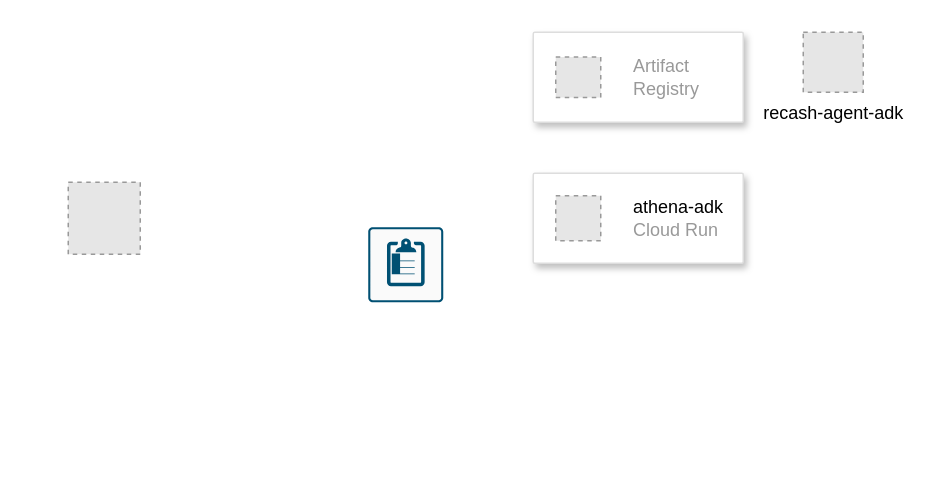
The draw.io diagram AthenaRecashADK.drawio in anil-oommen/AthenaHaloADK, before the edit. Source tidied: cells renumbered, new cells numbered last; positions are measured from the earlier drawing's top-left corner, leaving out a move shared by most shapes. Both pictures are drawn from the tidied source at 150%, with x=0, y=0 at pixel (68, 32). Pictures stored in the file or linked from it are replaced by grey dashed boxes.
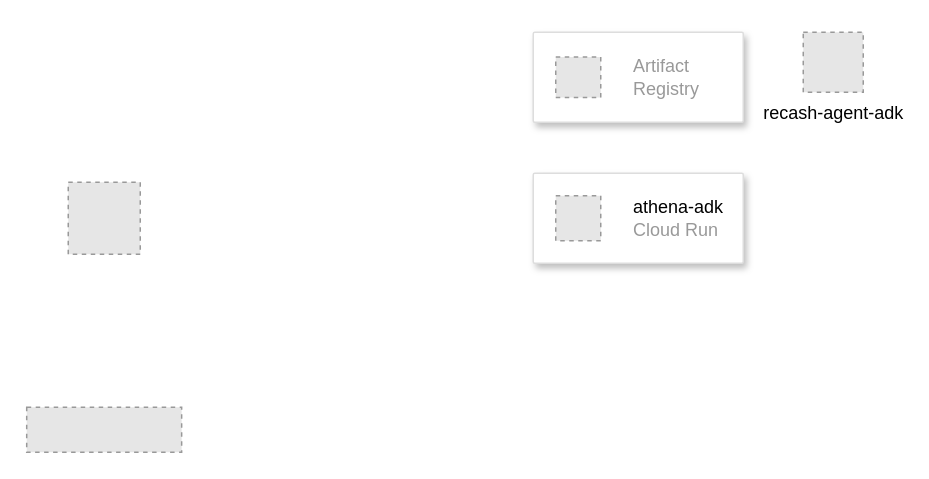
Above is the later version.

What changed in the source:
```diff
@@
 <mxGraphModel>
   <root>
     <mxCell id="0" />
     <mxCell id="1" parent="0" />
     <mxCell id="2" style="fillColor=#E6E6E6;strokeColor=#999999;dashed=1;html=1;verticalAlign=top;verticalLabelPosition=bottom;labelBackgroundColor=#ffffff;" parent="1" vertex="1">
       <mxGeometry y="100" width="48" height="48" as="geometry" />
     </mxCell>
     <mxCell id="3" style="fillColor=#ffffff;strokeColor=#dddddd;shadow=1;strokeWidth=1;rounded=1;absoluteArcSize=1;arcSize=2;" parent="1" vertex="1">
       <mxGeometry x="310" y="94" width="140" height="60" as="geometry" />
     </mxCell>
     <mxCell id="4" value="&lt;font color=&quot;#000000&quot;&gt;athena-adk&lt;/font&gt;&lt;br&gt;Cloud Run" style="fillColor=#E6E6E6;strokeColor=#999999;dashed=1;html=1;fontColor=#999999;verticalLabelPosition=middle;verticalAlign=middle;labelPosition=right;align=left;spacingLeft=20;" parent="3" vertex="1">
       <mxGeometry width="30" height="30" relative="1" as="geometry">
         <mxPoint x="15" y="15" as="offset" />
       </mxGeometry>
     </mxCell>
     <mxCell id="5" value="recash-agent-adk" style="fillColor=#E6E6E6;strokeColor=#999999;dashed=1;html=1;verticalAlign=top;verticalLabelPosition=bottom;labelBackgroundColor=#ffffff;" parent="1" vertex="1">
       <mxGeometry x="490" width="40" height="40" as="geometry" />
     </mxCell>
     <mxCell id="6" style="fillColor=#ffffff;strokeColor=#dddddd;shadow=1;strokeWidth=1;rounded=1;absoluteArcSize=1;arcSize=2;" parent="1" vertex="1">
       <mxGeometry x="310" width="140" height="60" as="geometry" />
     </mxCell>
     <mxCell id="7" value="Artifact&#10;Registry" style="fillColor=#E6E6E6;strokeColor=#999999;dashed=1;html=1;fontColor=#999999;verticalLabelPosition=middle;verticalAlign=middle;labelPosition=right;align=left;spacingLeft=20;" parent="6" vertex="1">
       <mxGeometry width="30" height="27" relative="1" as="geometry">
         <mxPoint x="15" y="16.5" as="offset" />
       </mxGeometry>
     </mxCell>
-    <mxCell id="8" style="sketch=0;verticalLabelPosition=bottom;html=1;verticalAlign=top;align=center;shape=mxgraph.cisco19.rect;prIcon=web_reputation_filtering_2;fillColor=#FAFAFA;strokeColor=#005073;" parent="1" vertex="1">
-      <mxGeometry x="200" y="130" width="50" height="50" as="geometry" />
-    </mxCell>
+    <mxCell id="9" style="fillColor=#E6E6E6;strokeColor=#999999;dashed=1;verticalLabelPosition=bottom;verticalAlign=top;" parent="1" vertex="1">
+      <mxGeometry x="-27.7" y="250" width="103.3" height="30" as="geometry" />
+    </mxCell>
   </root>
 </mxGraphModel>
```
